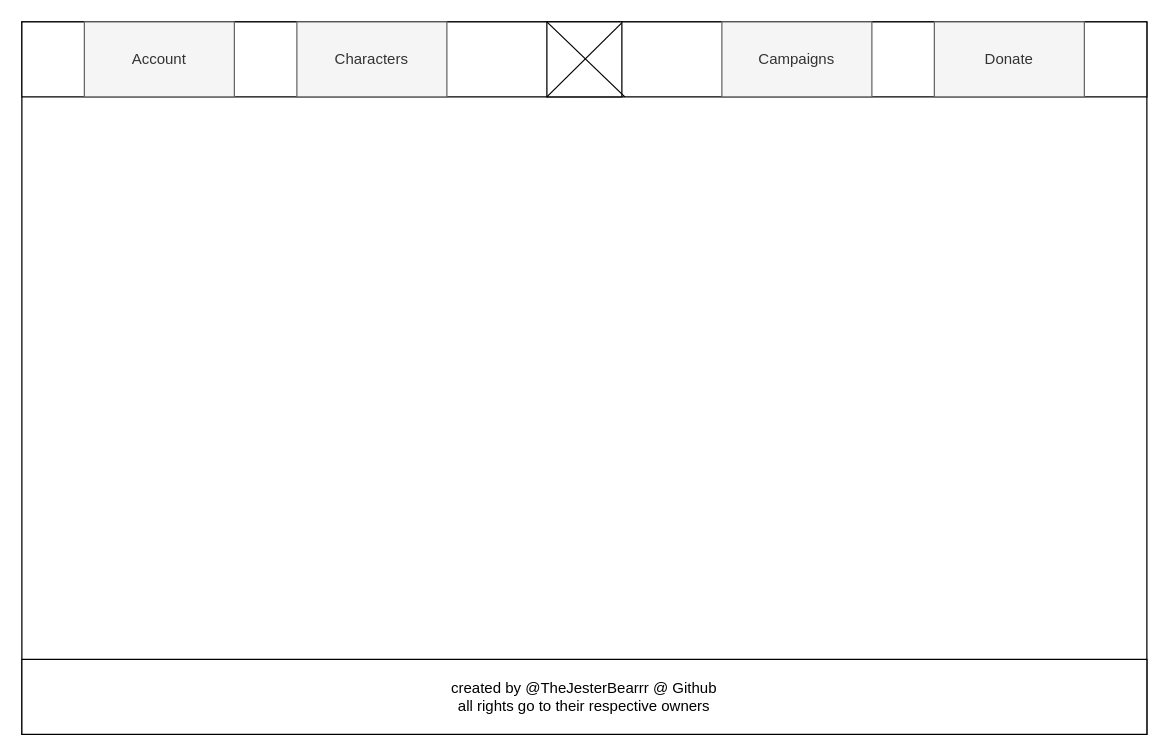
This is page "Account" (5 of 5) of ! ASSETS !/Wireframes/Project Crawler Design.drawio from MrJesterBear/Project-Crawler-Datasheet, a draw.io file, before an edit. Source tidied: cells renumbered, new cells numbered last; positions are measured from the earlier drawing's top-left corner, leaving out a move shared by most shapes. Both pictures are drawn from the tidied source at 125%, with x=0, y=0 at pixel (21, 21).
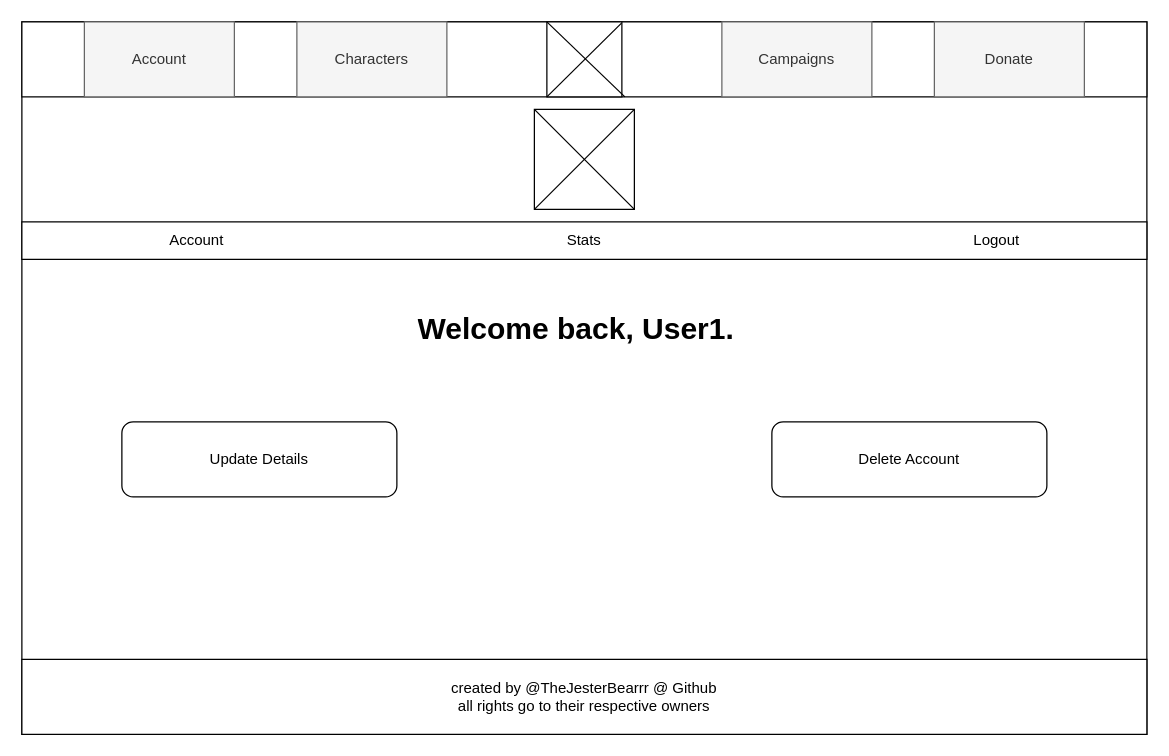
After the change.

Unchanged cells that the change refers to:
```xml
<mxCell id="2" style="group;" parent="1" vertex="1">
  <mxGeometry width="900" height="570" as="geometry" />
</mxCell>
```

What changed in the source:
```diff
@@
+    <mxCell id="14" style="rounded=0;whiteSpace=wrap;html=1;" parent="2" vertex="1">
+      <mxGeometry y="160" width="900" height="30" as="geometry" />
+    </mxCell>
+    <mxCell id="15" style="whiteSpace=wrap;html=1;" parent="2" vertex="1">
+      <mxGeometry x="410" y="70" width="80" height="80" as="geometry" />
+    </mxCell>
+    <mxCell id="16" value="Account" style="text;html=1;align=center;verticalAlign=middle;whiteSpace=wrap;rounded=0;" parent="2" vertex="1">
+      <mxGeometry x="110" y="160" width="60" height="30" as="geometry" />
+    </mxCell>
+    <mxCell id="17" value="Logout" style="text;html=1;align=center;verticalAlign=middle;whiteSpace=wrap;rounded=0;" parent="2" vertex="1">
+      <mxGeometry x="750" y="160" width="60" height="30" as="geometry" />
+    </mxCell>
+    <mxCell id="18" value="Stats" style="text;html=1;align=center;verticalAlign=middle;whiteSpace=wrap;rounded=0;" parent="2" vertex="1">
+      <mxGeometry x="420" y="160" width="60" height="30" as="geometry" />
+    </mxCell>
+    <mxCell id="19" style="endArrow=none;html=1;rounded=0;exitX=0;exitY=0;exitDx=0;exitDy=0;entryX=1;entryY=1;entryDx=0;entryDy=0;" parent="2" edge="1" source="15" target="15">
+      <mxGeometry relative="1" as="geometry" />
+    </mxCell>
+    <mxCell id="20" style="endArrow=none;html=1;rounded=0;exitX=1;exitY=0;exitDx=0;exitDy=0;entryX=0;entryY=1;entryDx=0;entryDy=0;" parent="2" edge="1" source="15" target="15">
+      <mxGeometry relative="1" as="geometry" />
+    </mxCell>
+    <mxCell id="21" value="Delete Account" style="rounded=1;whiteSpace=wrap;html=1;" parent="2" vertex="1">
+      <mxGeometry x="600" y="320" width="220" height="60" as="geometry" />
+    </mxCell>
+    <mxCell id="22" value="&lt;h1 style=&quot;margin-top: 0px;&quot;&gt;Welcome back, User1.&lt;/h1&gt;" style="text;html=1;whiteSpace=wrap;overflow=hidden;rounded=0;" parent="2" vertex="1">
+      <mxGeometry x="315" y="225" width="270" height="45" as="geometry" />
+    </mxCell>
+    <mxCell id="23" value="Update Details" style="rounded=1;whiteSpace=wrap;html=1;" parent="2" vertex="1">
+      <mxGeometry x="80" y="320" width="220" height="60" as="geometry" />
+    </mxCell>
```
